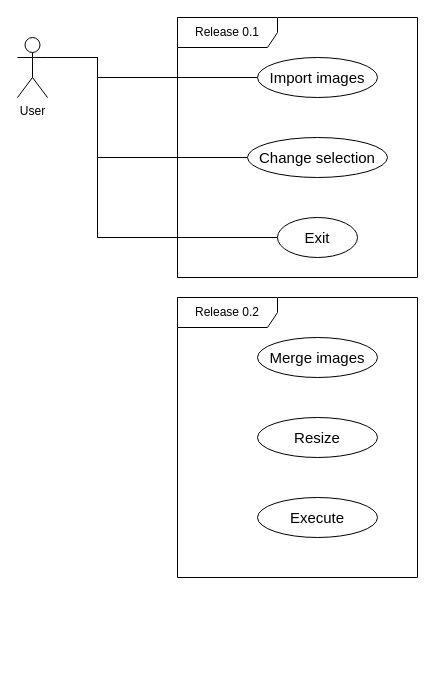
This is docs/design/usecases.drawio from AR0EN/img-pro, a draw.io file, before an edit. Source tidied: cells renumbered, new cells numbered last; positions are measured from the earlier drawing's top-left corner, leaving out a move shared by most shapes. Both pictures are drawn from the tidied source at 100%, with x=0, y=0 at pixel (17, 17).
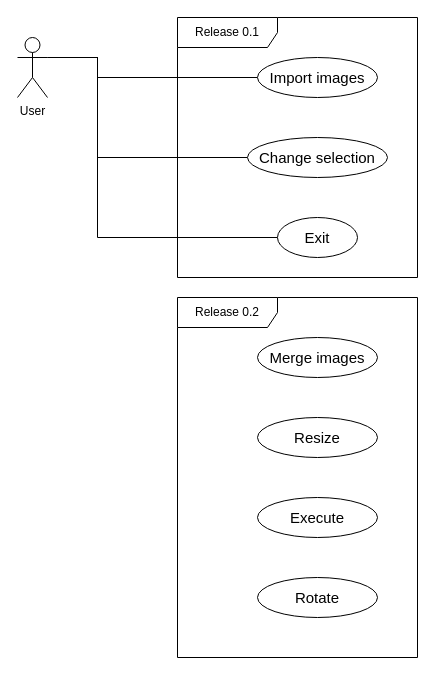
After the change.

The edit, as a diff of the source:
```diff
@@
     <mxCell id="10" value="Release 0.2" style="shape=umlFrame;whiteSpace=wrap;html=1;width=100;height=30;" parent="1" vertex="1">
-      <mxGeometry x="160" y="280" width="240" height="280" as="geometry" />
+      <mxGeometry x="160" y="280" width="240" height="360" as="geometry" />
     </mxCell>
@@
+    <mxCell id="14" value="Rotate" style="ellipse;whiteSpace=wrap;html=1;fontSize=15;" parent="1" vertex="1">
+      <mxGeometry x="240" y="560" width="120" height="40" as="geometry" />
+    </mxCell>
```
